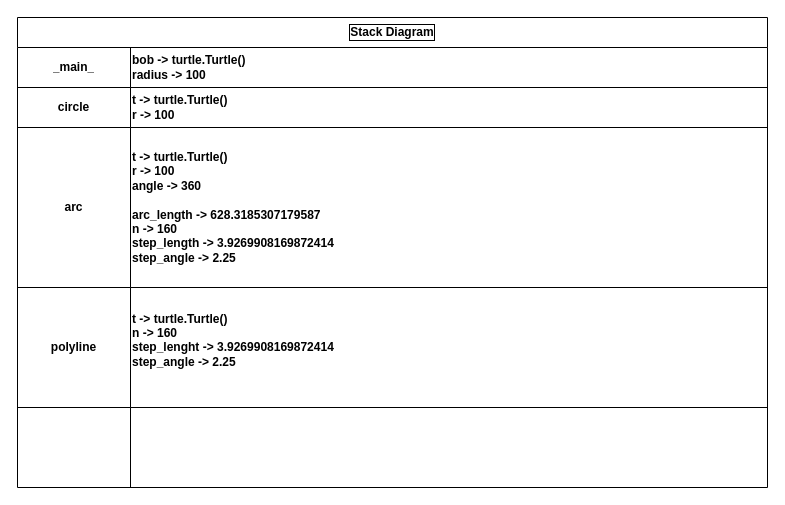
Before: chapter4/ex_4_12_Exercises/Exercise 1.drawio in befr/ThinkPython2ed, a draw.io diagram. Source tidied: cells renumbered, new cells numbered last; positions are measured from the earlier drawing's top-left corner, leaving out a move shared by most shapes. Both pictures are drawn from the tidied source at 100%, with x=0, y=0 at pixel (17, 17).
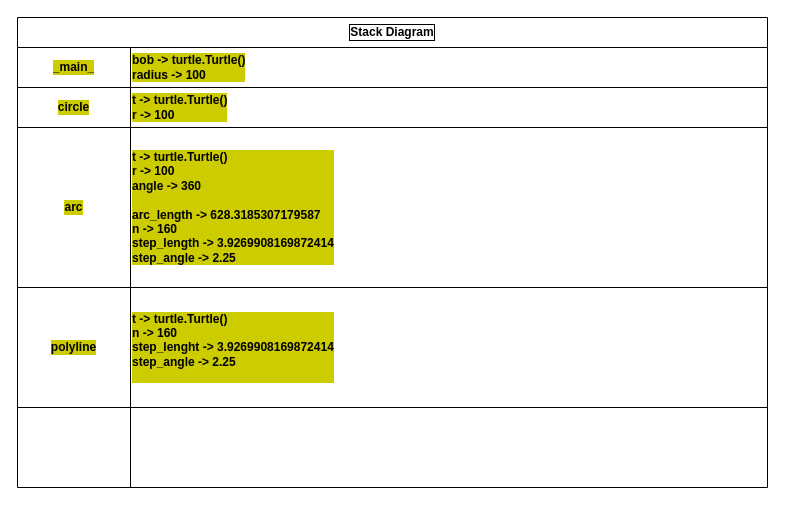
After the change.

Diff of the diagram source:
```diff
@@
 <mxGraphModel>
   <root>
     <mxCell id="0" />
     <mxCell id="1" parent="0" />
     <mxCell id="2" value="Stack Diagram&lt;br&gt;" style="shape=table;html=1;whiteSpace=wrap;startSize=30;childLayout=tableLayout;fontStyle=1;align=center;labelBackgroundColor=none;fontColor=#000000;labelBorderColor=#000000;" parent="1" vertex="1">
       <mxGeometry width="750" height="470" as="geometry" />
     </mxCell>
     <mxCell id="3" style="shape=partialRectangle;html=1;whiteSpace=wrap;fillColor=none;top=0;left=0;bottom=0;right=0;" parent="2" vertex="1">
       <mxGeometry y="30" width="750" height="40" as="geometry" />
     </mxCell>
-    <mxCell id="4" value="&lt;span style=&quot;&quot;&gt;_main_&lt;/span&gt;" style="shape=partialRectangle;html=1;whiteSpace=wrap;fillColor=none;top=0;left=0;bottom=0;right=0;overflow=hidden;fontStyle=1;labelBackgroundColor=none;labelBorderColor=none;fontColor=#000000;" parent="3" vertex="1">
+    <mxCell id="4" value="&lt;span style=&quot;&quot;&gt;_main_&lt;/span&gt;" style="shape=partialRectangle;html=1;whiteSpace=wrap;fillColor=none;top=0;left=0;bottom=0;right=0;overflow=hidden;fontStyle=1;labelBackgroundColor=#CCCC00;labelBorderColor=none;fontColor=#000000;" parent="3" vertex="1">
       <mxGeometry width="113" height="40" as="geometry" />
     </mxCell>
-    <mxCell id="5" value="&lt;span&gt;bob -&amp;gt; turtle.Turtle()&lt;br&gt;&lt;/span&gt;&lt;span&gt;radius -&amp;gt; 100&lt;br&gt;&lt;/span&gt;" style="shape=partialRectangle;html=1;whiteSpace=wrap;fillColor=none;top=0;left=0;bottom=0;right=0;overflow=hidden;align=left;fontStyle=1;labelBackgroundColor=none;labelBorderColor=none;fontColor=#000000;" parent="3" vertex="1">
+    <mxCell id="5" value="&lt;span&gt;bob -&amp;gt; turtle.Turtle()&lt;br&gt;&lt;/span&gt;&lt;span&gt;radius -&amp;gt; 100&lt;br&gt;&lt;/span&gt;" style="shape=partialRectangle;html=1;whiteSpace=wrap;fillColor=none;top=0;left=0;bottom=0;right=0;overflow=hidden;align=left;fontStyle=1;labelBackgroundColor=#CCCC00;labelBorderColor=none;fontColor=#000000;" parent="3" vertex="1">
       <mxGeometry x="113" width="637" height="40" as="geometry" />
     </mxCell>
     <mxCell id="6" style="shape=partialRectangle;html=1;whiteSpace=wrap;fillColor=none;top=0;left=0;bottom=0;right=0;" parent="2" vertex="1">
       <mxGeometry y="70" width="750" height="40" as="geometry" />
     </mxCell>
-    <mxCell id="7" value="&lt;span style=&quot;&quot;&gt;circle&lt;/span&gt;" style="shape=partialRectangle;html=1;whiteSpace=wrap;fillColor=none;top=0;left=0;bottom=0;right=0;overflow=hidden;fontStyle=1;labelBackgroundColor=none;labelBorderColor=none;fontColor=#000000;" parent="6" vertex="1">
+    <mxCell id="7" value="&lt;span style=&quot;&quot;&gt;circle&lt;/span&gt;" style="shape=partialRectangle;html=1;whiteSpace=wrap;fillColor=none;top=0;left=0;bottom=0;right=0;overflow=hidden;fontStyle=1;labelBackgroundColor=#CCCC00;labelBorderColor=none;fontColor=#000000;" parent="6" vertex="1">
       <mxGeometry width="113" height="40" as="geometry" />
     </mxCell>
-    <mxCell id="8" value="t -&amp;gt; turtle.Turtle()&lt;br&gt;r -&amp;gt; 100" style="shape=partialRectangle;html=1;whiteSpace=wrap;fillColor=none;top=0;left=0;bottom=0;right=0;overflow=hidden;fontStyle=1;align=left;labelBackgroundColor=none;labelBorderColor=none;fontColor=#000000;" parent="6" vertex="1">
+    <mxCell id="8" value="t -&amp;gt; turtle.Turtle()&lt;br&gt;r -&amp;gt; 100" style="shape=partialRectangle;html=1;whiteSpace=wrap;fillColor=none;top=0;left=0;bottom=0;right=0;overflow=hidden;fontStyle=1;align=left;labelBackgroundColor=#CCCC00;labelBorderColor=none;fontColor=#000000;" parent="6" vertex="1">
       <mxGeometry x="113" width="637" height="40" as="geometry" />
     </mxCell>
     <mxCell id="9" style="shape=partialRectangle;html=1;whiteSpace=wrap;fillColor=none;top=0;left=0;bottom=0;right=0;" parent="2" vertex="1">
       <mxGeometry y="110" width="750" height="160" as="geometry" />
     </mxCell>
-    <mxCell id="10" value="arc" style="shape=partialRectangle;html=1;whiteSpace=wrap;fillColor=none;top=0;left=0;bottom=0;right=0;overflow=hidden;fontStyle=1;labelBackgroundColor=none;labelBorderColor=none;fontColor=#000000;" parent="9" vertex="1">
+    <mxCell id="10" value="arc" style="shape=partialRectangle;html=1;whiteSpace=wrap;fillColor=none;top=0;left=0;bottom=0;right=0;overflow=hidden;fontStyle=1;labelBackgroundColor=#CCCC00;labelBorderColor=none;fontColor=#000000;" parent="9" vertex="1">
       <mxGeometry width="113" height="160" as="geometry" />
     </mxCell>
-    <mxCell id="11" value="t -&amp;gt; turtle.Turtle()&lt;br&gt;r -&amp;gt; 100&amp;nbsp;&lt;br&gt;angle -&amp;gt; 360&lt;br&gt;&lt;br&gt;&lt;span style=&quot;&quot;&gt;&lt;font&gt;arc_length -&amp;gt;&amp;nbsp;&lt;/font&gt;&lt;/span&gt;&lt;span class=&quot;pl-c1&quot; style=&quot;box-sizing: border-box&quot;&gt;628.3185307179587&lt;br&gt;&lt;span style=&quot;&quot;&gt; &lt;/span&gt;&lt;span class=&quot;pl-s1&quot; style=&quot;box-sizing: border-box&quot;&gt;&lt;span&gt;n -&amp;gt; &lt;/span&gt;&lt;span&gt;160&lt;/span&gt;&lt;br&gt;&lt;/span&gt;&lt;span style=&quot;&quot;&gt;step_length -&amp;gt;&amp;nbsp;&lt;/span&gt;&lt;span&gt;3.9269908169872414&lt;br&gt;&lt;/span&gt;&lt;span style=&quot;&quot;&gt;step_angle -&amp;gt; &lt;/span&gt;2.25&lt;br&gt;&lt;/span&gt;" style="shape=partialRectangle;html=1;whiteSpace=wrap;fillColor=none;top=0;left=0;bottom=0;right=0;overflow=hidden;fontStyle=1;align=left;strokeColor=#FFFFFF;labelBackgroundColor=none;labelBorderColor=none;fontColor=#000000;" parent="9" vertex="1">
+    <mxCell id="11" value="t -&amp;gt; turtle.Turtle()&lt;br&gt;r -&amp;gt; 100&amp;nbsp;&lt;br&gt;angle -&amp;gt; 360&lt;br&gt;&lt;br&gt;&lt;span style=&quot;&quot;&gt;&lt;font&gt;arc_length -&amp;gt;&amp;nbsp;&lt;/font&gt;&lt;/span&gt;&lt;span class=&quot;pl-c1&quot; style=&quot;box-sizing: border-box&quot;&gt;628.3185307179587&lt;br&gt;&lt;span style=&quot;&quot;&gt; &lt;/span&gt;&lt;span class=&quot;pl-s1&quot; style=&quot;box-sizing: border-box&quot;&gt;&lt;span&gt;n -&amp;gt; &lt;/span&gt;&lt;span&gt;160&lt;/span&gt;&lt;br&gt;&lt;/span&gt;&lt;span style=&quot;&quot;&gt;step_length -&amp;gt;&amp;nbsp;&lt;/span&gt;&lt;span&gt;3.9269908169872414&lt;br&gt;&lt;/span&gt;&lt;span style=&quot;&quot;&gt;step_angle -&amp;gt; &lt;/span&gt;2.25&lt;br&gt;&lt;/span&gt;" style="shape=partialRectangle;html=1;whiteSpace=wrap;fillColor=none;top=0;left=0;bottom=0;right=0;overflow=hidden;fontStyle=1;align=left;strokeColor=#FFFFFF;labelBackgroundColor=#CCCC00;labelBorderColor=none;fontColor=#000000;" parent="9" vertex="1">
       <mxGeometry x="113" width="637" height="160" as="geometry" />
     </mxCell>
     <mxCell id="12" style="shape=partialRectangle;html=1;whiteSpace=wrap;fillColor=none;top=0;left=0;bottom=0;right=0;" parent="2" vertex="1">
       <mxGeometry y="270" width="750" height="120" as="geometry" />
     </mxCell>
-    <mxCell id="13" value="polyline" style="shape=partialRectangle;html=1;whiteSpace=wrap;fillColor=none;top=0;left=0;bottom=0;right=0;overflow=hidden;fontStyle=1;labelBackgroundColor=none;labelBorderColor=none;fontColor=#000000;" parent="12" vertex="1">
+    <mxCell id="13" value="polyline" style="shape=partialRectangle;html=1;whiteSpace=wrap;fillColor=none;top=0;left=0;bottom=0;right=0;overflow=hidden;fontStyle=1;labelBackgroundColor=#CCCC00;labelBorderColor=none;fontColor=#000000;" parent="12" vertex="1">
       <mxGeometry width="113" height="120" as="geometry" />
     </mxCell>
-    <mxCell id="14" value="&lt;font&gt;t -&amp;gt; turtle.Turtle()&lt;/font&gt;&lt;br&gt;&lt;font&gt;n -&amp;gt; 160&lt;/font&gt;&lt;br&gt;&lt;font&gt;step_lenght -&amp;gt; 3.9269908169872414&lt;br&gt;&lt;/font&gt;step_angle -&amp;gt; 2.25&lt;br&gt;&lt;br&gt;" style="shape=partialRectangle;html=1;whiteSpace=wrap;fillColor=none;top=0;left=0;bottom=0;right=0;overflow=hidden;fontStyle=1;align=left;labelBackgroundColor=none;labelBorderColor=none;fontColor=#000000;" parent="12" vertex="1">
+    <mxCell id="14" value="&lt;font&gt;t -&amp;gt; turtle.Turtle()&lt;/font&gt;&lt;br&gt;&lt;font&gt;n -&amp;gt; 160&lt;/font&gt;&lt;br&gt;&lt;font&gt;step_lenght -&amp;gt; 3.9269908169872414&lt;br&gt;&lt;/font&gt;step_angle -&amp;gt; 2.25&lt;br&gt;&lt;br&gt;" style="shape=partialRectangle;html=1;whiteSpace=wrap;fillColor=none;top=0;left=0;bottom=0;right=0;overflow=hidden;fontStyle=1;align=left;labelBackgroundColor=#CCCC00;labelBorderColor=none;fontColor=#000000;" parent="12" vertex="1">
       <mxGeometry x="113" width="637" height="120" as="geometry" />
     </mxCell>
     <mxCell id="15" style="shape=partialRectangle;html=1;whiteSpace=wrap;fillColor=none;top=0;left=0;bottom=0;right=0;" parent="2" vertex="1">
       <mxGeometry y="390" width="750" height="80" as="geometry" />
     </mxCell>
     <mxCell id="16" style="shape=partialRectangle;html=1;whiteSpace=wrap;fillColor=none;top=0;left=0;bottom=0;right=0;overflow=hidden;fontStyle=1;" parent="15" vertex="1">
       <mxGeometry width="113" height="80" as="geometry" />
     </mxCell>
     <mxCell id="17" style="shape=partialRectangle;html=1;whiteSpace=wrap;fillColor=none;top=0;left=0;bottom=0;right=0;overflow=hidden;fontStyle=1;" parent="15" vertex="1">
       <mxGeometry x="113" width="637" height="80" as="geometry" />
     </mxCell>
   </root>
 </mxGraphModel>
```
